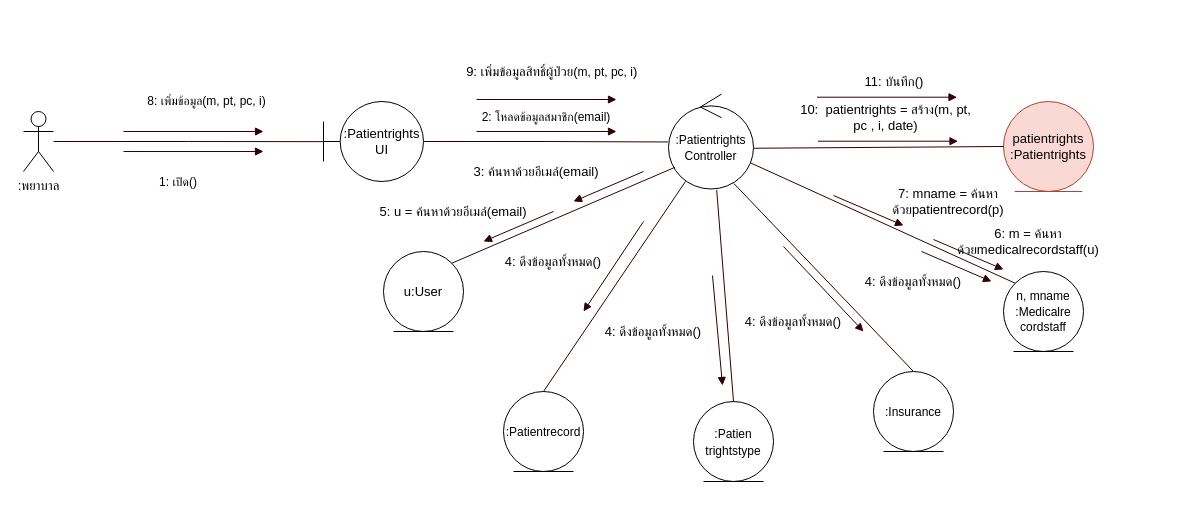
This is page "Communication Diagram" (1 of 3) of draw_io/b6103866.drawio from sut63/team10, a draw.io file, before an edit. Source tidied: cells renumbered, new cells numbered last; positions are measured from the earlier drawing's top-left corner, leaving out a move shared by most shapes. Both pictures are drawn from the tidied source at 100%, with x=0, y=0 at pixel (23, 61).
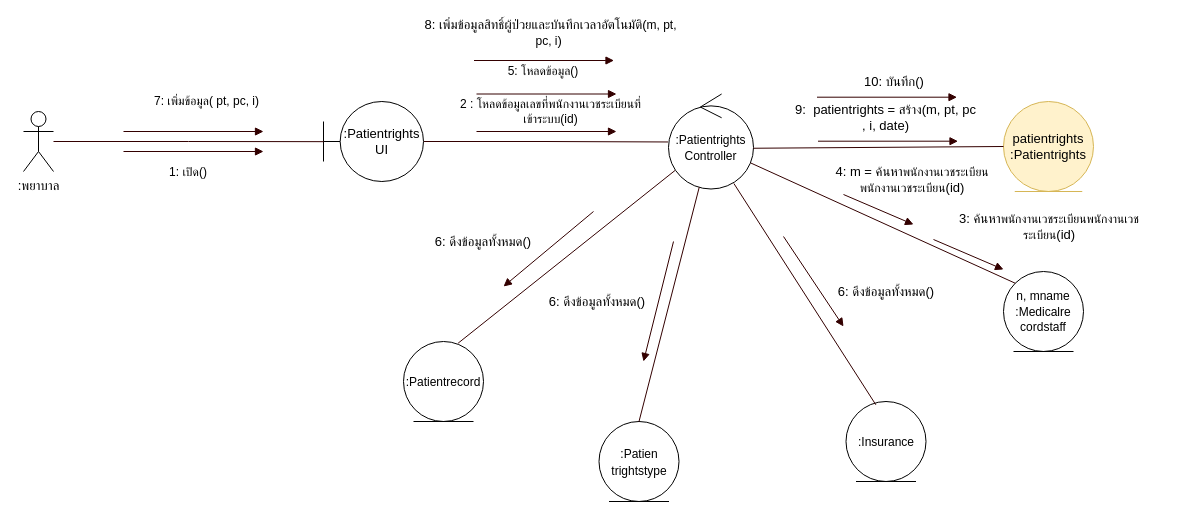
Above is the later version.

The change refers to these unchanged cells:
```xml
<mxCell id="4" value="&lt;font&gt;&lt;font style=&quot;font-size: 12px&quot;&gt;:Patientrights&lt;br&gt;Controller&lt;/font&gt;&lt;br style=&quot;font-size: 13px&quot;&gt;&lt;/font&gt;" style="ellipse;shape=umlControl;whiteSpace=wrap;html=1;fontSize=13;" parent="1" vertex="1">
  <mxGeometry x="645" y="32.5" width="85" height="95" as="geometry" />
</mxCell>
```

The edit, as a diff of the source:
```diff
@@
-    <mxCell id="7" value="u:User" style="ellipse;shape=umlEntity;whiteSpace=wrap;html=1;fontSize=13;" parent="1" vertex="1">
-      <mxGeometry x="360" y="190" width="80" height="80" as="geometry" />
-    </mxCell>
     <mxCell id="8" value="&lt;font style=&quot;font-size: 12px&quot;&gt;:Patien&lt;br&gt;trightstype&lt;/font&gt;" style="ellipse;shape=umlEntity;whiteSpace=wrap;html=1;fontSize=14;" parent="1" vertex="1">
-      <mxGeometry x="670" y="340" width="80" height="80" as="geometry" />
+      <mxGeometry x="575.5" y="360" width="80" height="80" as="geometry" />
     </mxCell>
     <mxCell id="9" value="&lt;font style=&quot;font-size: 12px&quot;&gt;:Insurance&lt;/font&gt;" style="ellipse;shape=umlEntity;whiteSpace=wrap;html=1;fontSize=13;" parent="1" vertex="1">
-      <mxGeometry x="850" y="310" width="80" height="80" as="geometry" />
+      <mxGeometry x="822.5" y="340" width="80" height="80" as="geometry" />
     </mxCell>
@@
     <mxCell id="11" value="&lt;font style=&quot;font-size: 12px&quot;&gt;:Patientrecord&lt;/font&gt;" style="ellipse;shape=umlEntity;whiteSpace=wrap;html=1;fontSize=13;" parent="1" vertex="1">
-      <mxGeometry x="480" y="330" width="80" height="80" as="geometry" />
+      <mxGeometry x="380" y="280" width="80" height="80" as="geometry" />
     </mxCell>
-    <mxCell id="12" value="patientrights&lt;br style=&quot;font-size: 13px&quot;&gt;:Patientrights" style="ellipse;shape=umlEntity;whiteSpace=wrap;html=1;fillColor=#fad9d5;strokeColor=#ae4132;fontSize=13;" parent="1" vertex="1">
+    <mxCell id="12" value="patientrights&lt;br style=&quot;font-size: 13px&quot;&gt;:Patientrights" style="ellipse;shape=umlEntity;whiteSpace=wrap;html=1;fillColor=#fff2cc;strokeColor=#d6b656;fontSize=13;" parent="1" vertex="1">
       <mxGeometry x="980" y="40" width="90" height="90" as="geometry" />
     </mxCell>
-    <mxCell id="13" style="endArrow=none;html=1;strokeColor=#330000;exitX=1;exitY=0;exitDx=0;exitDy=0;entryX=0.077;entryY=0.771;entryDx=0;entryDy=0;entryPerimeter=0;" parent="1" edge="1" source="7" target="4">
-      <mxGeometry relative="1" as="geometry" />
-    </mxCell>
-    <mxCell id="14" style="endArrow=none;html=1;strokeColor=#330000;entryX=0.201;entryY=0.919;entryDx=0;entryDy=0;entryPerimeter=0;exitX=0.5;exitY=0;exitDx=0;exitDy=0;" parent="1" edge="1" source="11" target="4">
+    <mxCell id="14" style="endArrow=none;html=1;strokeColor=#330000;entryX=0.078;entryY=0.804;entryDx=0;entryDy=0;entryPerimeter=0;exitX=0.683;exitY=0.021;exitDx=0;exitDy=0;exitPerimeter=0;" parent="1" edge="1" source="11" target="4">
       <mxGeometry relative="1" as="geometry" />
     </mxCell>
-    <mxCell id="15" style="endArrow=none;html=1;strokeColor=#330000;entryX=0.567;entryY=1.011;entryDx=0;entryDy=0;entryPerimeter=0;exitX=0.5;exitY=0;exitDx=0;exitDy=0;" parent="1" edge="1" source="8" target="4">
+    <mxCell id="15" style="endArrow=none;html=1;strokeColor=#330000;exitX=0.5;exitY=0;exitDx=0;exitDy=0;" parent="1" edge="1" source="8" target="4">
       <mxGeometry relative="1" as="geometry" />
     </mxCell>
-    <mxCell id="16" style="endArrow=none;html=1;strokeColor=#330000;exitX=0.5;exitY=0;exitDx=0;exitDy=0;entryX=0.769;entryY=0.942;entryDx=0;entryDy=0;entryPerimeter=0;" parent="1" edge="1" source="9" target="4">
+    <mxCell id="16" style="endArrow=none;html=1;strokeColor=#330000;exitX=0.373;exitY=0.041;exitDx=0;exitDy=0;entryX=0.769;entryY=0.942;entryDx=0;entryDy=0;entryPerimeter=0;exitPerimeter=0;" parent="1" edge="1" source="9" target="4">
       <mxGeometry relative="1" as="geometry" />
     </mxCell>
@@
     <mxCell id="19" value="&lt;font style=&quot;font-size: 12px&quot;&gt;1: เปิด()&lt;/font&gt;" style="text;html=1;strokeColor=none;fillColor=none;align=center;verticalAlign=middle;whiteSpace=wrap;rounded=0;fontSize=13;" parent="1" vertex="1">
-      <mxGeometry x="130" y="110" width="50" height="20" as="geometry" />
+      <mxGeometry x="140" y="100" width="50" height="20" as="geometry" />
     </mxCell>
@@
-    <mxCell id="22" value="&lt;font style=&quot;font-size: 12px&quot;&gt;2: โหลดข้อมูลสมาชิก(email)&lt;/font&gt;" style="text;html=1;strokeColor=none;fillColor=none;align=center;verticalAlign=middle;whiteSpace=wrap;rounded=0;" parent="1" vertex="1">
-      <mxGeometry x="443" y="46" width="160" height="20" as="geometry" />
+    <mxCell id="22" value="&lt;font style=&quot;font-size: 12px&quot;&gt;5: โหลดข้อมูล()&lt;/font&gt;" style="text;html=1;strokeColor=none;fillColor=none;align=center;verticalAlign=middle;whiteSpace=wrap;rounded=0;" parent="1" vertex="1">
+      <mxGeometry x="440" width="160" height="20" as="geometry" />
     </mxCell>
     <mxCell id="23" style="endArrow=block;html=1;strokeColor=#330000;endFill=1;" parent="1" edge="1">
       <mxGeometry relative="1" as="geometry">
-        <mxPoint x="453" y="38" as="sourcePoint" />
-        <mxPoint x="593" y="38" as="targetPoint" />
+        <mxPoint x="450.5" y="-1" as="sourcePoint" />
+        <mxPoint x="590.5" y="-1" as="targetPoint" />
       </mxGeometry>
     </mxCell>
-    <mxCell id="24" value="3: ค้นหาด้วยอีเมล์(email)" style="text;html=1;strokeColor=none;fillColor=none;align=center;verticalAlign=middle;whiteSpace=wrap;rounded=0;fontSize=13;" parent="1" vertex="1">
-      <mxGeometry x="443" y="100" width="140" height="20" as="geometry" />
-    </mxCell>
-    <mxCell id="25" style="endArrow=block;html=1;strokeColor=#330000;endFill=1;" parent="1" edge="1">
-      <mxGeometry relative="1" as="geometry">
-        <mxPoint x="620" y="110" as="sourcePoint" />
-        <mxPoint x="550" y="140" as="targetPoint" />
-      </mxGeometry>
-    </mxCell>
-    <mxCell id="26" style="endArrow=block;html=1;strokeColor=#330000;endFill=1;" parent="1" edge="1">
-      <mxGeometry relative="1" as="geometry">
-        <mxPoint x="530" y="150" as="sourcePoint" />
-        <mxPoint x="460" y="180" as="targetPoint" />
-      </mxGeometry>
-    </mxCell>
-    <mxCell id="27" value="4: ดึงข้อมูลทั้งหมด()" style="text;html=1;strokeColor=none;fillColor=none;align=center;verticalAlign=middle;whiteSpace=wrap;rounded=0;fontSize=13;" parent="1" vertex="1">
-      <mxGeometry x="470" y="190" width="120" height="20" as="geometry" />
+    <mxCell id="27" value="6: ดึงข้อมูลทั้งหมด()" style="text;html=1;strokeColor=none;fillColor=none;align=center;verticalAlign=middle;whiteSpace=wrap;rounded=0;fontSize=13;" parent="1" vertex="1">
+      <mxGeometry x="400" y="170" width="120" height="20" as="geometry" />
     </mxCell>
-    <mxCell id="28" value="4: ดึงข้อมูลทั้งหมด()" style="text;html=1;strokeColor=none;fillColor=none;align=center;verticalAlign=middle;whiteSpace=wrap;rounded=0;fontSize=13;" parent="1" vertex="1">
-      <mxGeometry x="570" y="260" width="120" height="20" as="geometry" />
+    <mxCell id="28" value="6: ดึงข้อมูลทั้งหมด()" style="text;html=1;strokeColor=none;fillColor=none;align=center;verticalAlign=middle;whiteSpace=wrap;rounded=0;fontSize=13;" parent="1" vertex="1">
+      <mxGeometry x="514" y="230" width="120" height="20" as="geometry" />
     </mxCell>
-    <mxCell id="29" value="4: ดึงข้อมูลทั้งหมด()" style="text;html=1;strokeColor=none;fillColor=none;align=center;verticalAlign=middle;whiteSpace=wrap;rounded=0;fontSize=13;" parent="1" vertex="1">
-      <mxGeometry x="710" y="250" width="120" height="20" as="geometry" />
+    <mxCell id="29" value="6: ดึงข้อมูลทั้งหมด()" style="text;html=1;strokeColor=none;fillColor=none;align=center;verticalAlign=middle;whiteSpace=wrap;rounded=0;fontSize=13;" parent="1" vertex="1">
+      <mxGeometry x="802.5" y="220" width="120" height="20" as="geometry" />
     </mxCell>
-    <mxCell id="30" value="4: ดึงข้อมูลทั้งหมด()" style="text;html=1;strokeColor=none;fillColor=none;align=center;verticalAlign=middle;whiteSpace=wrap;rounded=0;fontSize=13;" parent="1" vertex="1">
-      <mxGeometry x="830" y="210" width="120" height="20" as="geometry" />
-    </mxCell>
-    <mxCell id="31" value="5: u = ค้นหาด้วยอีเมล์(email)" style="text;html=1;strokeColor=none;fillColor=none;align=center;verticalAlign=middle;whiteSpace=wrap;rounded=0;fontSize=13;" parent="1" vertex="1">
-      <mxGeometry x="350" y="140" width="160" height="20" as="geometry" />
-    </mxCell>
-    <mxCell id="32" value="6: m = ค้นหาด้วยmedicalrecordstaff(u)" style="text;html=1;strokeColor=none;fillColor=none;align=center;verticalAlign=middle;whiteSpace=wrap;rounded=0;fontSize=13;" parent="1" vertex="1">
-      <mxGeometry x="930" y="170" width="150" height="20" as="geometry" />
+    <mxCell id="32" value="3: ค้นหา&lt;span style=&quot;font-size: 12px&quot;&gt;พนักงานเวชระเบียน&lt;/span&gt;&lt;span style=&quot;font-size: 12px&quot;&gt;พนักงานเวชระเบียน&lt;/span&gt;(id)" style="text;html=1;strokeColor=none;fillColor=none;align=center;verticalAlign=middle;whiteSpace=wrap;rounded=0;fontSize=13;" parent="1" vertex="1">
+      <mxGeometry x="912" y="155" width="228" height="20" as="geometry" />
     </mxCell>
-    <mxCell id="33" value="7: mname = ค้นหาด้วยpatientrecord(p)" style="text;html=1;strokeColor=none;fillColor=none;align=center;verticalAlign=middle;whiteSpace=wrap;rounded=0;fontSize=13;" parent="1" vertex="1">
-      <mxGeometry x="830" y="130" width="190" height="20" as="geometry" />
-    </mxCell>
-    <mxCell id="34" value="&lt;font style=&quot;font-size: 13px&quot;&gt;9: เพิ่มข้อมูลสิทธิ์ผู้ป่วย(&lt;span style=&quot;font-size: 12px&quot;&gt;m, pt, pc, i&lt;/span&gt;)&amp;nbsp;&lt;/font&gt;" style="text;html=1;strokeColor=none;fillColor=none;align=center;verticalAlign=middle;whiteSpace=wrap;rounded=0;" parent="1" vertex="1">
-      <mxGeometry x="397.5" width="265" height="20" as="geometry" />
+    <mxCell id="34" value="&lt;font style=&quot;font-size: 13px&quot;&gt;8: เพิ่มข้อมูลสิทธิ์ผู้ป่วยและบันทึกเวลาอัตโนมัติ(&lt;span style=&quot;font-size: 12px&quot;&gt;m, pt, pc, i&lt;/span&gt;)&amp;nbsp;&lt;/font&gt;" style="text;html=1;strokeColor=none;fillColor=none;align=center;verticalAlign=middle;whiteSpace=wrap;rounded=0;" parent="1" vertex="1">
+      <mxGeometry x="395" y="-39" width="265" height="20" as="geometry" />
     </mxCell>
-    <mxCell id="35" value="10:&amp;nbsp; patientrights = สร้าง(m, pt, pc , i, date)" style="text;html=1;strokeColor=none;fillColor=none;align=center;verticalAlign=middle;whiteSpace=wrap;rounded=0;fontSize=13;" parent="1" vertex="1">
+    <mxCell id="35" value="9:&amp;nbsp; patientrights = สร้าง(m, pt, pc , i, date)" style="text;html=1;strokeColor=none;fillColor=none;align=center;verticalAlign=middle;whiteSpace=wrap;rounded=0;fontSize=13;" parent="1" vertex="1">
       <mxGeometry x="770" y="46" width="185" height="20" as="geometry" />
     </mxCell>
-    <mxCell id="36" value="11: บันทึก()" style="text;html=1;strokeColor=none;fillColor=none;align=center;verticalAlign=middle;whiteSpace=wrap;rounded=0;fontSize=13;" parent="1" vertex="1">
+    <mxCell id="36" value="10: บันทึก()" style="text;html=1;strokeColor=none;fillColor=none;align=center;verticalAlign=middle;whiteSpace=wrap;rounded=0;fontSize=13;" parent="1" vertex="1">
       <mxGeometry x="830" y="10" width="82" height="20" as="geometry" />
     </mxCell>
@@
     <mxCell id="39" style="endArrow=block;html=1;strokeColor=#330000;endFill=1;" parent="1" edge="1">
       <mxGeometry relative="1" as="geometry">
-        <mxPoint x="620" y="160" as="sourcePoint" />
-        <mxPoint x="560" y="250" as="targetPoint" />
+        <mxPoint x="570" y="150" as="sourcePoint" />
+        <mxPoint x="480" y="225" as="targetPoint" />
       </mxGeometry>
     </mxCell>
     <mxCell id="40" style="endArrow=block;html=1;strokeColor=#330000;endFill=1;" parent="1" edge="1">
       <mxGeometry relative="1" as="geometry">
-        <mxPoint x="689" y="214" as="sourcePoint" />
-        <mxPoint x="699" y="324" as="targetPoint" />
+        <mxPoint x="650" y="180" as="sourcePoint" />
+        <mxPoint x="620" y="300" as="targetPoint" />
       </mxGeometry>
     </mxCell>
     <mxCell id="41" style="endArrow=block;html=1;strokeColor=#330000;endFill=1;" parent="1" edge="1">
       <mxGeometry relative="1" as="geometry">
-        <mxPoint x="760" y="185" as="sourcePoint" />
-        <mxPoint x="840" y="270" as="targetPoint" />
+        <mxPoint x="760" y="175" as="sourcePoint" />
+        <mxPoint x="820" y="265" as="targetPoint" />
       </mxGeometry>
     </mxCell>
-    <mxCell id="42" style="endArrow=block;html=1;strokeColor=#330000;endFill=1;" parent="1" edge="1">
-      <mxGeometry relative="1" as="geometry">
-        <mxPoint x="898" y="190" as="sourcePoint" />
-        <mxPoint x="968" y="220" as="targetPoint" />
-      </mxGeometry>
-    </mxCell>
@@
-    <mxCell id="44" style="endArrow=block;html=1;strokeColor=#330000;endFill=1;" parent="1" edge="1">
-      <mxGeometry relative="1" as="geometry">
-        <mxPoint x="810" y="134" as="sourcePoint" />
-        <mxPoint x="880" y="164" as="targetPoint" />
-      </mxGeometry>
-    </mxCell>
@@
-    <mxCell id="46" value="&lt;font style=&quot;font-size: 12px&quot;&gt;8: เพิ่มข้อมูล(m, pt, pc, i)&lt;/font&gt;" style="text;html=1;strokeColor=none;fillColor=none;align=center;verticalAlign=middle;whiteSpace=wrap;rounded=0;" parent="1" vertex="1">
+    <mxCell id="46" value="&lt;font style=&quot;font-size: 12px&quot;&gt;7: เพิ่มข้อมูล( pt, pc, i)&lt;/font&gt;" style="text;html=1;strokeColor=none;fillColor=none;align=center;verticalAlign=middle;whiteSpace=wrap;rounded=0;" parent="1" vertex="1">
       <mxGeometry x="80" y="30" width="207" height="20" as="geometry" />
     </mxCell>
+    <mxCell id="47" value="&lt;font style=&quot;font-size: 12px&quot;&gt;2 : โหลดข้อมูลเลขที่พนักงานเวชระเบียนที่เข้าระบบ(id)&lt;/font&gt;" style="text;html=1;strokeColor=none;fillColor=none;align=center;verticalAlign=middle;whiteSpace=wrap;rounded=0;" parent="1" vertex="1">
+      <mxGeometry x="430" y="40" width="195" height="20" as="geometry" />
+    </mxCell>
+    <mxCell id="48" style="endArrow=block;html=1;strokeColor=#330000;endFill=1;" parent="1" edge="1">
+      <mxGeometry relative="1" as="geometry">
+        <mxPoint x="453" y="32.5" as="sourcePoint" />
+        <mxPoint x="593" y="32.5" as="targetPoint" />
+      </mxGeometry>
+    </mxCell>
+    <mxCell id="49" value="4: m = ค้นหา&lt;span style=&quot;font-size: 12px&quot;&gt;พนักงานเวชระเบียน&lt;/span&gt;&lt;span style=&quot;font-size: 12px&quot;&gt;พนักงานเวชระเบียน&lt;/span&gt;(id)" style="text;html=1;strokeColor=none;fillColor=none;align=center;verticalAlign=middle;whiteSpace=wrap;rounded=0;fontSize=13;" parent="1" vertex="1">
+      <mxGeometry x="802.5" y="107.5" width="172" height="20" as="geometry" />
+    </mxCell>
+    <mxCell id="50" style="endArrow=block;html=1;strokeColor=#330000;endFill=1;" parent="1" edge="1">
+      <mxGeometry relative="1" as="geometry">
+        <mxPoint x="820" y="133" as="sourcePoint" />
+        <mxPoint x="890" y="163" as="targetPoint" />
+      </mxGeometry>
+    </mxCell>
```
